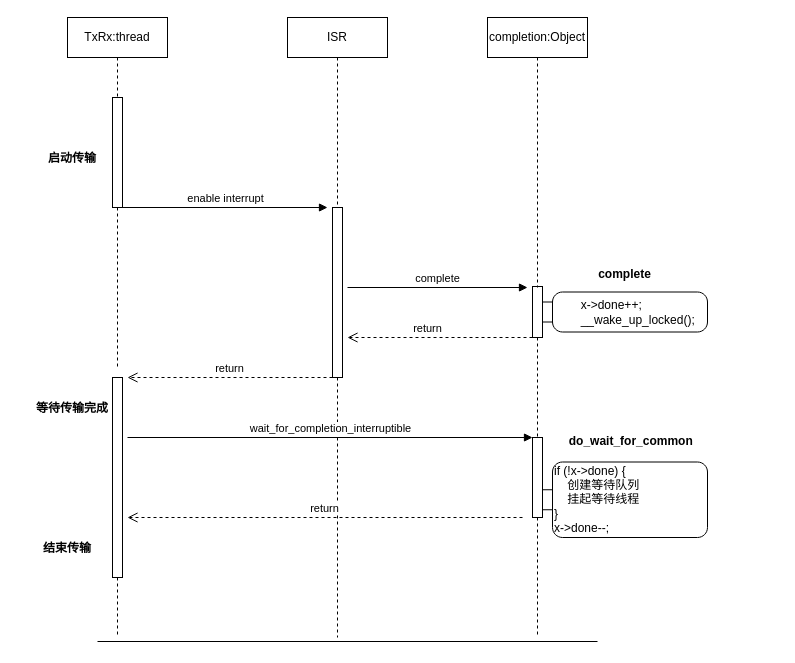
Earlier version of the draw.io diagram page "线程等待前完成传输" (3 of 4) of draw/spi&norflash.drawio (peng-fan/drawio). Source tidied: cells renumbered, new cells numbered last; positions are measured from the earlier drawing's top-left corner, leaving out a move shared by most shapes. Both pictures are drawn from the tidied source at 100%, with x=0, y=0 at pixel (27, 17).
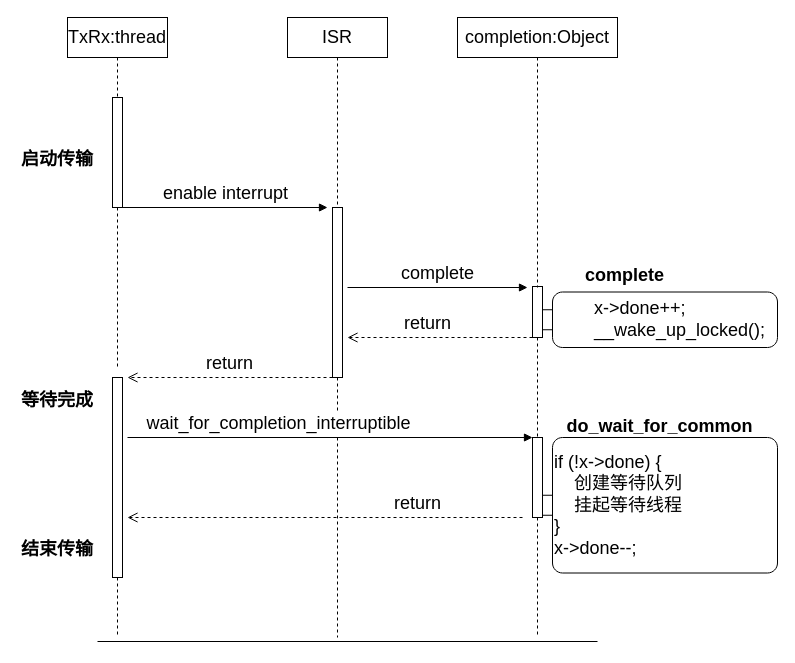
The same diagram, later.

What changed in the source:
```diff
@@
-    <mxCell id="2" style="edgeStyle=orthogonalEdgeStyle;rounded=0;jettySize=auto;html=1;endArrow=none;endFill=0;dashed=1;entryX=0.5;entryY=-0.05;entryDx=0;entryDy=0;entryPerimeter=0;" parent="1" edge="1" source="3" target="4">
+    <mxCell id="2" style="edgeStyle=orthogonalEdgeStyle;rounded=0;jettySize=auto;html=1;endArrow=none;endFill=0;dashed=1;entryX=0.5;entryY=-0.05;entryDx=0;entryDy=0;entryPerimeter=0;fontSize=18;" parent="1" edge="1" source="3" target="4">
       <mxGeometry relative="1" as="geometry" />
     </mxCell>
-    <mxCell id="3" style="html=1;points=[];perimeter=orthogonalPerimeter;strokeColor=#000000;fillColor=none;" parent="1" vertex="1">
+    <mxCell id="3" style="html=1;points=[];perimeter=orthogonalPerimeter;strokeColor=#000000;fillColor=none;fontSize=18;" parent="1" vertex="1">
       <mxGeometry x="85" y="80" width="10" height="110" as="geometry" />
     </mxCell>
-    <mxCell id="4" style="html=1;points=[];perimeter=orthogonalPerimeter;strokeColor=#000000;fillColor=none;" parent="1" vertex="1">
+    <mxCell id="4" style="html=1;points=[];perimeter=orthogonalPerimeter;strokeColor=#000000;fillColor=none;fontSize=18;" parent="1" vertex="1">
       <mxGeometry x="85" y="360" width="10" height="200" as="geometry" />
     </mxCell>
-    <mxCell id="5" value="TxRx:thread" style="shape=umlLifeline;perimeter=lifelinePerimeter;whiteSpace=wrap;html=1;strokeColor=#000000;fillColor=none;" parent="1" vertex="1">
+    <mxCell id="5" value="TxRx:thread" style="shape=umlLifeline;perimeter=lifelinePerimeter;whiteSpace=wrap;html=1;strokeColor=#000000;fillColor=none;fontSize=18;" parent="1" vertex="1">
       <mxGeometry x="40" width="100" height="80" as="geometry" />
     </mxCell>
-    <mxCell id="6" value="ISR" style="shape=umlLifeline;perimeter=lifelinePerimeter;whiteSpace=wrap;html=1;strokeColor=#000000;fillColor=none;" parent="1" vertex="1">
+    <mxCell id="6" value="ISR" style="shape=umlLifeline;perimeter=lifelinePerimeter;whiteSpace=wrap;html=1;strokeColor=#000000;fillColor=none;fontSize=18;" parent="1" vertex="1">
       <mxGeometry x="260" width="100" height="190" as="geometry" />
     </mxCell>
-    <mxCell id="7" value="completion:Object" style="shape=umlLifeline;perimeter=lifelinePerimeter;whiteSpace=wrap;html=1;strokeColor=#000000;fillColor=none;" parent="1" vertex="1">
-      <mxGeometry x="460" width="100" height="270" as="geometry" />
+    <mxCell id="7" value="completion:Object" style="shape=umlLifeline;perimeter=lifelinePerimeter;whiteSpace=wrap;html=1;strokeColor=#000000;fillColor=none;fontSize=18;" parent="1" vertex="1">
+      <mxGeometry x="430" width="160" height="270" as="geometry" />
     </mxCell>
-    <mxCell id="8" style="edgeStyle=orthogonalEdgeStyle;rounded=0;jettySize=auto;html=1;entryX=0.5;entryY=0;entryDx=0;entryDy=0;entryPerimeter=0;dashed=1;endArrow=none;endFill=0;" parent="1" edge="1" source="9" target="17">
+    <mxCell id="8" style="edgeStyle=orthogonalEdgeStyle;rounded=0;jettySize=auto;html=1;entryX=0.5;entryY=0;entryDx=0;entryDy=0;entryPerimeter=0;dashed=1;endArrow=none;endFill=0;fontSize=18;" parent="1" edge="1" source="9" target="17">
       <mxGeometry relative="1" as="geometry" />
     </mxCell>
-    <mxCell id="9" style="html=1;points=[];perimeter=orthogonalPerimeter;strokeColor=#000000;fillColor=none;" parent="1" vertex="1">
+    <mxCell id="9" style="html=1;points=[];perimeter=orthogonalPerimeter;strokeColor=#000000;fillColor=none;fontSize=18;" parent="1" vertex="1">
       <mxGeometry x="505" y="269" width="10" height="51" as="geometry" />
     </mxCell>
-    <mxCell id="10" value="return" style="html=1;verticalAlign=bottom;endArrow=open;dashed=1;endSize=8;" parent="1" edge="1">
+    <mxCell id="10" value="return" style="html=1;verticalAlign=bottom;endArrow=open;dashed=1;endSize=8;fontSize=18;" parent="1" edge="1">
       <mxGeometry x="0.14" relative="1" as="geometry">
         <mxPoint x="505" y="320" as="sourcePoint" />
         <mxPoint x="320" y="320" as="targetPoint" />
       </mxGeometry>
     </mxCell>
-    <mxCell id="11" value="enable interrupt" style="html=1;verticalAlign=bottom;endArrow=block;" parent="1" edge="1">
+    <mxCell id="11" value="enable interrupt" style="html=1;verticalAlign=bottom;endArrow=block;fontSize=18;" parent="1" edge="1">
       <mxGeometry relative="1" as="geometry">
         <mxPoint x="95" y="190" as="sourcePoint" />
         <mxPoint x="300" y="190" as="targetPoint" />
       </mxGeometry>
     </mxCell>
-    <mxCell id="12" style="html=1;perimeter=orthogonalPerimeter;strokeColor=#000000;fillColor=none;" parent="1" vertex="1">
+    <mxCell id="12" style="html=1;perimeter=orthogonalPerimeter;strokeColor=#000000;fillColor=none;fontSize=18;" parent="1" vertex="1">
       <mxGeometry x="305" y="190" width="10" height="170" as="geometry" />
     </mxCell>
-    <mxCell id="13" value="complete" style="html=1;verticalAlign=bottom;endArrow=block;" parent="1" edge="1">
+    <mxCell id="13" value="complete" style="html=1;verticalAlign=bottom;endArrow=block;fontSize=18;" parent="1" edge="1">
       <mxGeometry relative="1" as="geometry">
         <mxPoint x="320" y="270" as="sourcePoint" />
         <mxPoint x="500" y="270" as="targetPoint" />
       </mxGeometry>
     </mxCell>
-    <mxCell id="14" style="edgeStyle=orthogonalEdgeStyle;rounded=0;orthogonalLoop=1;jettySize=auto;html=1;dashed=1;endArrow=none;endFill=0;" parent="1" edge="1">
+    <mxCell id="14" style="edgeStyle=orthogonalEdgeStyle;rounded=0;orthogonalLoop=1;jettySize=auto;html=1;dashed=1;endArrow=none;endFill=0;fontSize=18;" parent="1" edge="1">
       <mxGeometry relative="1" as="geometry">
         <mxPoint x="310" y="360" as="sourcePoint" />
         <mxPoint x="310" y="620" as="targetPoint" />
       </mxGeometry>
     </mxCell>
-    <mxCell id="15" value="return" style="html=1;verticalAlign=bottom;endArrow=open;dashed=1;endSize=8;" parent="1" edge="1">
+    <mxCell id="15" value="return" style="html=1;verticalAlign=bottom;endArrow=open;dashed=1;endSize=8;fontSize=18;" parent="1" edge="1">
       <mxGeometry relative="1" as="geometry">
         <mxPoint x="305" y="360" as="sourcePoint" />
         <mxPoint x="100" y="360" as="targetPoint" />
       </mxGeometry>
     </mxCell>
-    <mxCell id="16" style="edgeStyle=orthogonalEdgeStyle;rounded=0;jettySize=auto;html=1;dashed=1;endArrow=none;endFill=0;" parent="1" edge="1" source="17">
+    <mxCell id="16" style="edgeStyle=orthogonalEdgeStyle;rounded=0;jettySize=auto;html=1;dashed=1;endArrow=none;endFill=0;fontSize=18;" parent="1" edge="1" source="17">
       <mxGeometry relative="1" as="geometry">
         <mxPoint x="510" y="620" as="targetPoint" />
       </mxGeometry>
     </mxCell>
-    <mxCell id="17" style="html=1;points=[];perimeter=orthogonalPerimeter;strokeColor=#000000;fillColor=none;" parent="1" vertex="1">
+    <mxCell id="17" style="html=1;points=[];perimeter=orthogonalPerimeter;strokeColor=#000000;fillColor=none;fontSize=18;" parent="1" vertex="1">
       <mxGeometry x="505" y="420" width="10" height="80" as="geometry" />
     </mxCell>
-    <mxCell id="18" value="return" style="html=1;verticalAlign=bottom;endArrow=open;dashed=1;endSize=8;" parent="1" edge="1">
-      <mxGeometry relative="1" as="geometry">
+    <mxCell id="18" value="return" style="html=1;verticalAlign=bottom;endArrow=open;dashed=1;endSize=8;fontSize=18;" parent="1" edge="1">
+      <mxGeometry x="-0.47" relative="1" as="geometry">
         <mxPoint x="495" y="500" as="sourcePoint" />
         <mxPoint x="100" y="500" as="targetPoint" />
       </mxGeometry>
     </mxCell>
-    <mxCell id="19" value="wait_for_completion_interruptible" style="html=1;verticalAlign=bottom;endArrow=block;" parent="1" edge="1">
-      <mxGeometry relative="1" as="geometry">
+    <mxCell id="19" value="wait_for_completion_interruptible" style="html=1;verticalAlign=bottom;endArrow=block;fontSize=18;" parent="1" edge="1">
+      <mxGeometry x="-0.26" relative="1" as="geometry">
         <mxPoint x="100" y="420" as="sourcePoint" />
         <mxPoint x="505" y="420" as="targetPoint" />
+        <mxPoint x="1" as="offset" />
       </mxGeometry>
     </mxCell>
-    <mxCell id="20" style="edgeStyle=orthogonalEdgeStyle;rounded=0;orthogonalLoop=1;jettySize=auto;html=1;dashed=1;endArrow=none;endFill=0;" parent="1" edge="1">
+    <mxCell id="20" style="edgeStyle=orthogonalEdgeStyle;rounded=0;orthogonalLoop=1;jettySize=auto;html=1;dashed=1;endArrow=none;endFill=0;fontSize=18;" parent="1" edge="1">
       <mxGeometry relative="1" as="geometry">
         <mxPoint x="90" y="560" as="sourcePoint" />
         <mxPoint x="90" y="620" as="targetPoint" />
       </mxGeometry>
     </mxCell>
-    <mxCell id="21" value="启动传输" style="text;align=center;fontStyle=1;verticalAlign=middle;spacingLeft=3;spacingRight=3;strokeColor=none;fillColor=none;" parent="1" vertex="1">
-      <mxGeometry x="5" y="127" width="80" height="26" as="geometry" />
+    <mxCell id="21" value="启动传输" style="text;align=center;fontStyle=1;verticalAlign=middle;spacingLeft=3;spacingRight=3;strokeColor=none;fillColor=none;fontSize=18;" parent="1" vertex="1">
+      <mxGeometry x="-10" y="127" width="80" height="26" as="geometry" />
     </mxCell>
-    <mxCell id="22" value="complete" style="text;align=center;fontStyle=1;verticalAlign=middle;spacingLeft=3;spacingRight=3;strokeColor=none;fillColor=none;" parent="1" vertex="1">
+    <mxCell id="22" value="complete" style="text;align=center;fontStyle=1;verticalAlign=middle;spacingLeft=3;spacingRight=3;strokeColor=none;fillColor=none;fontSize=18;" parent="1" vertex="1">
       <mxGeometry x="557.5" y="243" width="80" height="26" as="geometry" />
     </mxCell>
-    <mxCell id="23" value="&lt;div&gt;&amp;nbsp; &amp;nbsp; &amp;nbsp; &amp;nbsp; x-&amp;gt;done++;&lt;/div&gt;&lt;div&gt;&amp;nbsp; &amp;nbsp; &amp;nbsp; &amp;nbsp; __wake_up_locked();&lt;/div&gt;" style="shape=mxgraph.uml25.action;html=1;align=left;verticalAlign=middle;absoluteArcSize=1;arcSize=10;dashed=0;spacingLeft=10;flipH=1;strokeColor=#000000;fillColor=none;" parent="1" vertex="1">
-      <mxGeometry x="515" y="274.5" width="165" height="40" as="geometry" />
+    <mxCell id="23" value="&lt;div style=&quot;font-size: 18px;&quot;&gt;&amp;nbsp; &amp;nbsp; &amp;nbsp; &amp;nbsp; x-&amp;gt;done++;&lt;/div&gt;&lt;div style=&quot;font-size: 18px;&quot;&gt;&amp;nbsp; &amp;nbsp; &amp;nbsp; &amp;nbsp; __wake_up_locked();&lt;/div&gt;" style="shape=mxgraph.uml25.action;html=1;align=left;verticalAlign=middle;absoluteArcSize=1;arcSize=10;dashed=0;spacingLeft=10;flipH=1;strokeColor=#000000;fillColor=none;fontSize=18;" parent="1" vertex="1">
+      <mxGeometry x="515" y="274.5" width="235" height="55.5" as="geometry" />
     </mxCell>
-    <mxCell id="24" value="等待传输完成" style="text;align=center;fontStyle=1;verticalAlign=middle;spacingLeft=3;spacingRight=3;strokeColor=none;fillColor=none;" parent="1" vertex="1">
-      <mxGeometry x="5" y="377" width="80" height="26" as="geometry" />
+    <mxCell id="24" value="等待完成" style="text;align=center;fontStyle=1;verticalAlign=middle;spacingLeft=3;spacingRight=3;strokeColor=none;fillColor=none;fontSize=18;" parent="1" vertex="1">
+      <mxGeometry x="-10" y="368" width="80" height="26" as="geometry" />
     </mxCell>
-    <mxCell id="25" style="line;strokeWidth=1;fillColor=none;align=left;verticalAlign=middle;spacingTop=-1;spacingLeft=3;spacingRight=3;labelPosition=right;" parent="1" vertex="1">
+    <mxCell id="25" style="line;strokeWidth=1;fillColor=none;align=left;verticalAlign=middle;spacingTop=-1;spacingLeft=3;spacingRight=3;labelPosition=right;fontSize=18;" parent="1" vertex="1">
       <mxGeometry x="70" y="620" width="500" height="8" as="geometry" />
     </mxCell>
-    <mxCell id="26" value="结束传输" style="text;align=center;fontStyle=1;verticalAlign=middle;spacingLeft=3;spacingRight=3;strokeColor=none;fillColor=none;" parent="1" vertex="1">
-      <mxGeometry y="517" width="80" height="26" as="geometry" />
+    <mxCell id="26" value="结束传输" style="text;align=center;fontStyle=1;verticalAlign=middle;spacingLeft=3;spacingRight=3;strokeColor=none;fillColor=none;fontSize=18;" parent="1" vertex="1">
+      <mxGeometry x="-10" y="517" width="80" height="26" as="geometry" />
     </mxCell>
-    <mxCell id="27" value="if (!x-&amp;gt;done) {&lt;br&gt;&amp;nbsp; &amp;nbsp; 创建等待队列&lt;br&gt;&amp;nbsp; &amp;nbsp; 挂起等待线程&lt;br&gt;}&lt;br&gt;x-&amp;gt;done--;" style="shape=mxgraph.uml25.action;html=1;align=left;verticalAlign=middle;absoluteArcSize=1;arcSize=10;dashed=0;spacingLeft=10;flipH=1;strokeColor=#000000;fillColor=none;" parent="1" vertex="1">
-      <mxGeometry x="515" y="444.5" width="165" height="75.5" as="geometry" />
+    <mxCell id="27" value="if (!x-&amp;gt;done) {&lt;br style=&quot;font-size: 18px;&quot;&gt;&amp;nbsp; &amp;nbsp; 创建等待队列&lt;br style=&quot;font-size: 18px;&quot;&gt;&amp;nbsp; &amp;nbsp; 挂起等待线程&lt;br style=&quot;font-size: 18px;&quot;&gt;}&lt;br style=&quot;font-size: 18px;&quot;&gt;x-&amp;gt;done--;" style="shape=mxgraph.uml25.action;html=1;align=left;verticalAlign=middle;absoluteArcSize=1;arcSize=10;dashed=0;spacingLeft=10;flipH=1;strokeColor=#000000;fillColor=none;fontSize=18;" parent="1" vertex="1">
+      <mxGeometry x="515" y="420" width="235" height="135.5" as="geometry" />
     </mxCell>
-    <mxCell id="28" value="do_wait_for_common" style="text;align=center;fontStyle=1;verticalAlign=middle;spacingLeft=3;spacingRight=3;strokeColor=none;fillColor=none;" parent="1" vertex="1">
-      <mxGeometry x="527.5" y="410" width="152.5" height="26" as="geometry" />
+    <mxCell id="28" value="do_wait_for_common" style="text;align=center;fontStyle=1;verticalAlign=middle;spacingLeft=3;spacingRight=3;strokeColor=none;fillColor=none;fontSize=18;" parent="1" vertex="1">
+      <mxGeometry x="556.2" y="394" width="152.5" height="26" as="geometry" />
     </mxCell>
```
